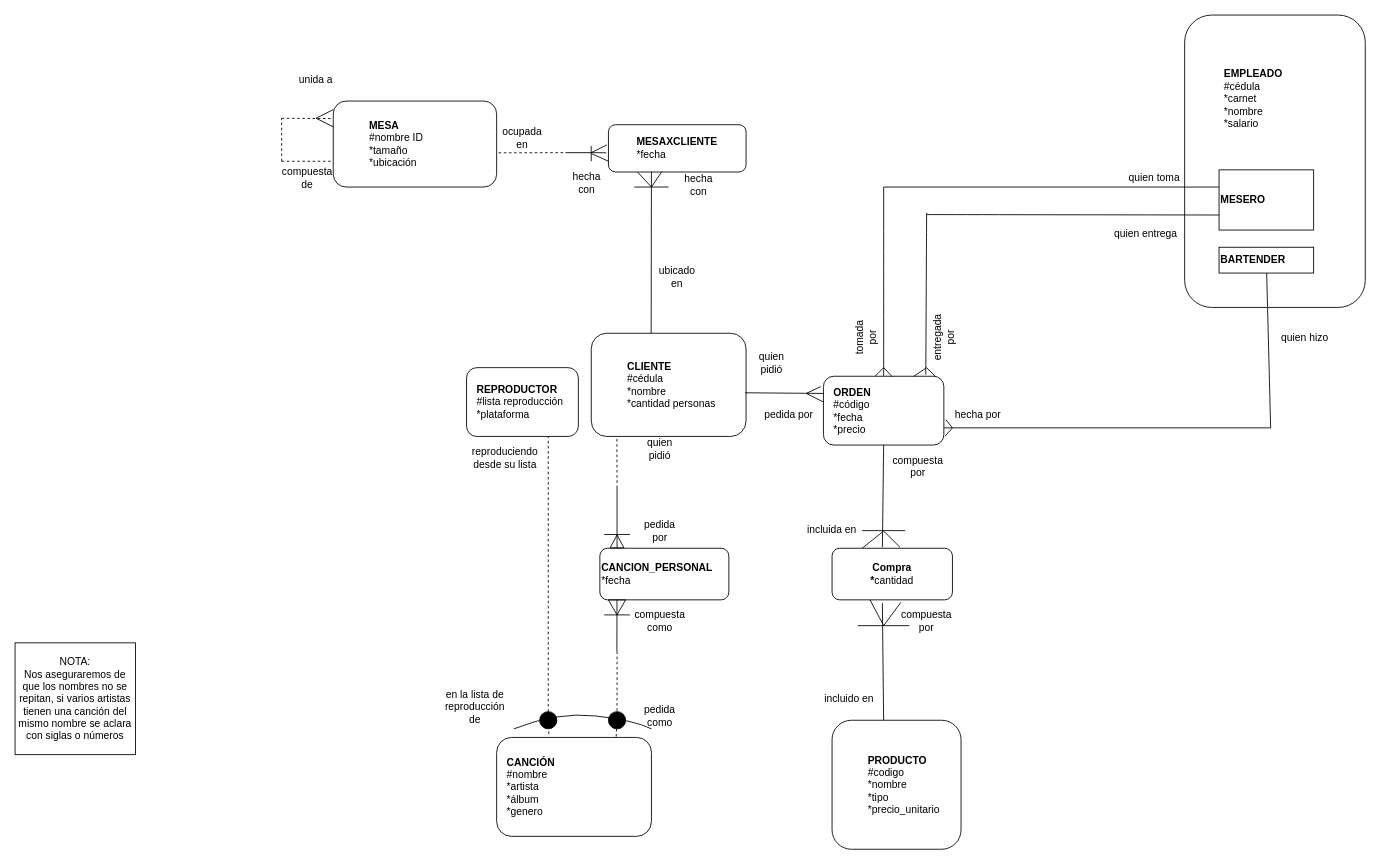
This is Trabajo4/ModeloER.drawio from M1moreno/EntregasBD, a draw.io file, before an edit. Source tidied: cells renumbered, new cells numbered last; positions are measured from the earlier drawing's top-left corner, leaving out a move shared by most shapes. Both pictures are drawn from the tidied source at 86%, with x=0, y=0 at pixel (15, 15). Pictures stored in the file or linked from it are replaced by grey dashed boxes.
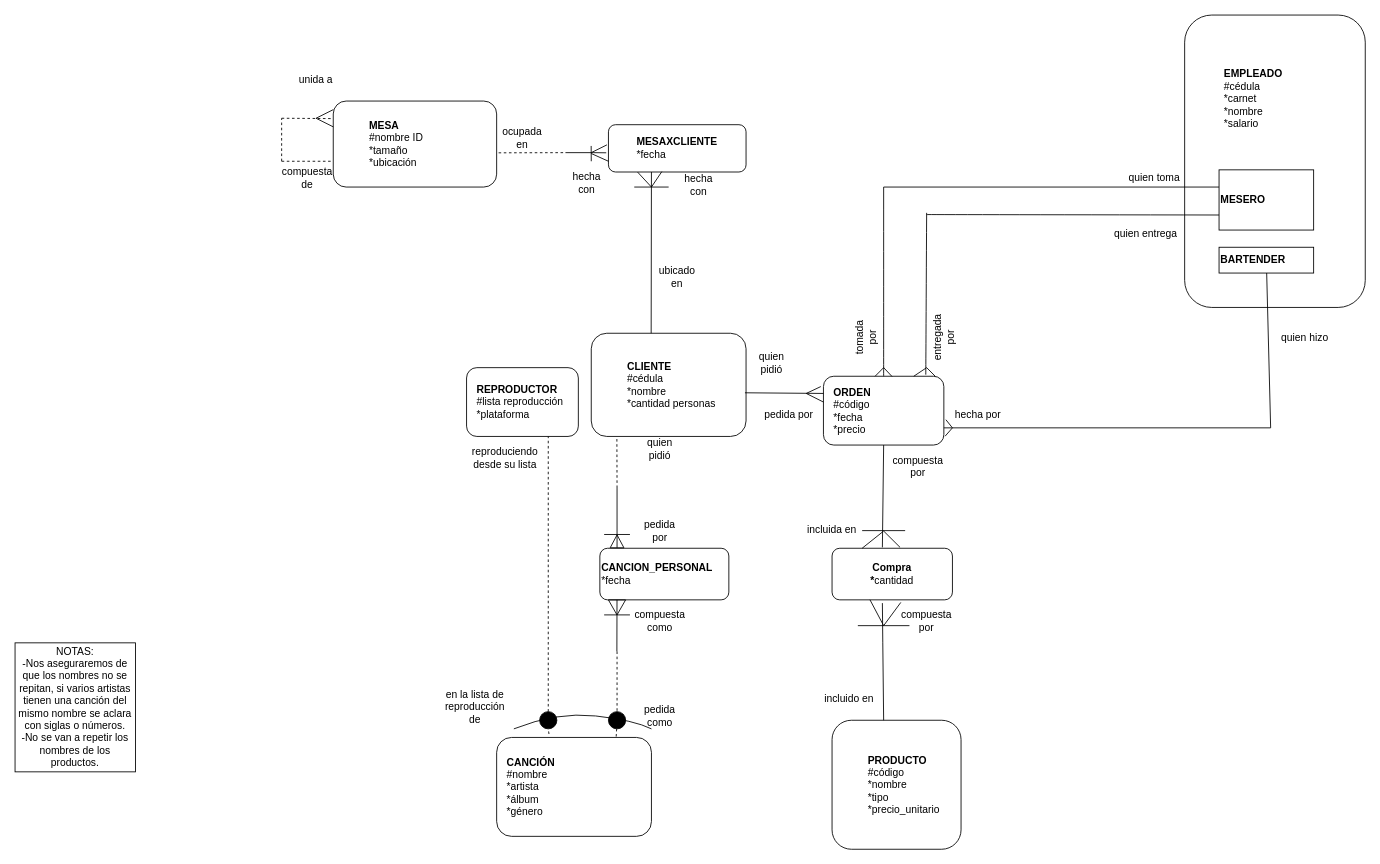
The same page after the edit.

Unchanged cells that the change refers to:
```xml
<mxCell id="16" style="group;" parent="1" vertex="1">
  <mxGeometry x="560" y="840" width="180" height="115" as="geometry" />
</mxCell>
```

Diff of the diagram source:
```diff
@@
-    <mxCell id="18" value="&lt;b&gt;CANCIÓN&lt;/b&gt;&lt;br&gt;#nombre&lt;br&gt;*artista&lt;br&gt;*álbum&lt;br&gt;*genero" style="text;html=1;strokeColor=none;fillColor=none;align=left;verticalAlign=middle;whiteSpace=wrap;rounded=0;" parent="16" vertex="1">
+    <mxCell id="18" value="&lt;b&gt;CANCIÓN&lt;/b&gt;&lt;br&gt;#nombre&lt;br&gt;*artista&lt;br&gt;*álbum&lt;br&gt;*género" style="text;html=1;strokeColor=none;fillColor=none;align=left;verticalAlign=middle;whiteSpace=wrap;rounded=0;" parent="16" vertex="1">
       <mxGeometry x="10" y="12.5" width="160" height="90" as="geometry" />
     </mxCell>
@@
-    <mxCell id="53" value="NOTA:&lt;br&gt;Nos aseguraremos de que los nombres no se repitan, si varios artistas tienen una canción del mismo nombre se aclara con siglas o números" style="rounded=0;whiteSpace=wrap;html=1;" parent="1" vertex="1">
-      <mxGeometry y="730" width="140" height="130" as="geometry" />
+    <mxCell id="53" value="NOTAS:&lt;br&gt;-Nos aseguraremos de que los nombres no se repitan, si varios artistas tienen una canción del mismo nombre se aclara con siglas o números.&lt;br&gt;-No se van a repetir los nombres de los productos." style="rounded=0;whiteSpace=wrap;html=1;" parent="1" vertex="1">
+      <mxGeometry y="730" width="140" height="150" as="geometry" />
     </mxCell>
@@
-    <mxCell id="66" value="&lt;blockquote style=&quot;margin: 0 0 0 40px ; border: none ; padding: 0px&quot;&gt;&lt;b&gt;PRODUCTO&lt;/b&gt;&lt;/blockquote&gt;&lt;blockquote style=&quot;margin: 0 0 0 40px ; border: none ; padding: 0px&quot;&gt;#codigo&lt;/blockquote&gt;&lt;blockquote style=&quot;margin: 0 0 0 40px ; border: none ; padding: 0px&quot;&gt;*nombre&lt;/blockquote&gt;&lt;blockquote style=&quot;margin: 0 0 0 40px ; border: none ; padding: 0px&quot;&gt;*tipo&lt;/blockquote&gt;&lt;blockquote style=&quot;margin: 0 0 0 40px ; border: none ; padding: 0px&quot;&gt;*precio_unitario&lt;/blockquote&gt;" style="rounded=1;whiteSpace=wrap;html=1;align=left;" parent="1" vertex="1">
+    <mxCell id="66" value="&lt;blockquote style=&quot;margin: 0 0 0 40px ; border: none ; padding: 0px&quot;&gt;&lt;b&gt;PRODUCTO&lt;/b&gt;&lt;/blockquote&gt;&lt;blockquote style=&quot;margin: 0 0 0 40px ; border: none ; padding: 0px&quot;&gt;#código&lt;/blockquote&gt;&lt;blockquote style=&quot;margin: 0 0 0 40px ; border: none ; padding: 0px&quot;&gt;*nombre&lt;/blockquote&gt;&lt;blockquote style=&quot;margin: 0 0 0 40px ; border: none ; padding: 0px&quot;&gt;*tipo&lt;/blockquote&gt;&lt;blockquote style=&quot;margin: 0 0 0 40px ; border: none ; padding: 0px&quot;&gt;*precio_unitario&lt;/blockquote&gt;" style="rounded=1;whiteSpace=wrap;html=1;align=left;" parent="1" vertex="1">
       <mxGeometry x="950" y="820" width="150" height="150" as="geometry" />
     </mxCell>
```
